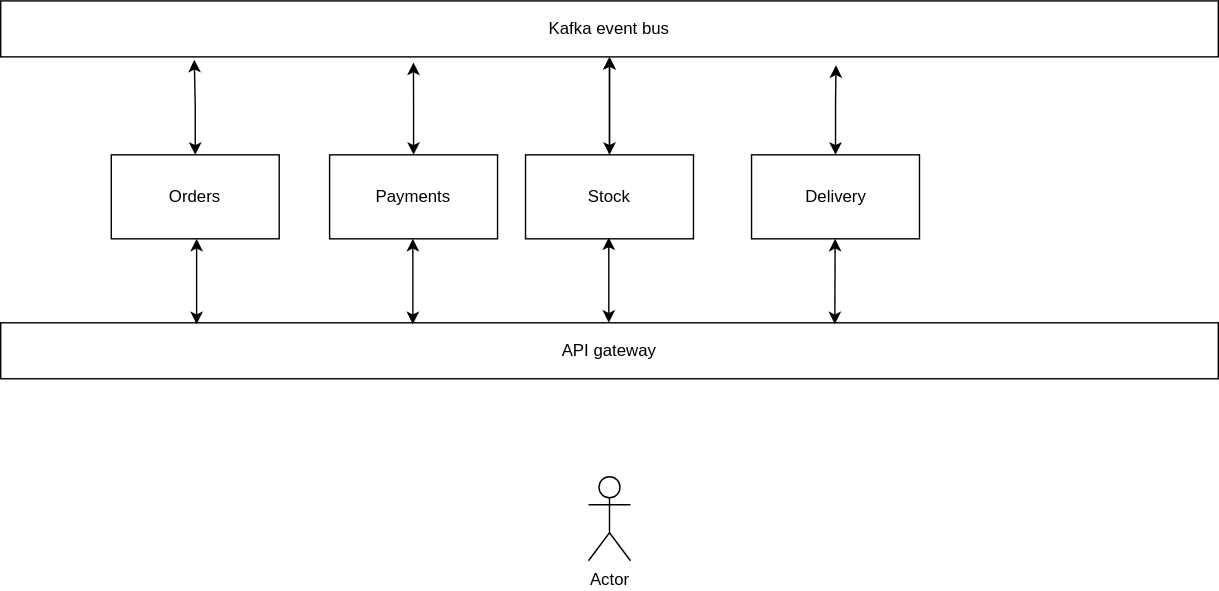
pbakota/mt-microservice-kafka keeps this draw.io diagram as figures/figure-1.svg. Above is the earlier version. Source tidied: cells renumbered, new cells last; positions are measured from the earlier drawing's top-left corner, leaving out a move shared by most shapes. Its diagram source:
```xml
<mxGraphModel>
  <root>
    <mxCell id="0" />
    <mxCell id="1" parent="0" />
    <mxCell id="2" style="edgeStyle=orthogonalEdgeStyle;rounded=0;jettySize=auto;html=1;entryX=0.159;entryY=1.05;entryDx=0;entryDy=0;entryPerimeter=0;startArrow=classic;startFill=1;" parent="1" edge="1" source="3" target="11">
      <mxGeometry relative="1" as="geometry" />
    </mxCell>
    <mxCell id="3" value="Orders" style="rounded=0;whiteSpace=wrap;html=1;" parent="1" vertex="1">
      <mxGeometry x="79" y="110" width="120" height="60" as="geometry" />
    </mxCell>
    <mxCell id="4" style="edgeStyle=orthogonalEdgeStyle;rounded=0;jettySize=auto;html=1;entryX=0.339;entryY=1.1;entryDx=0;entryDy=0;entryPerimeter=0;startArrow=classic;startFill=1;" parent="1" edge="1" source="5" target="11">
      <mxGeometry relative="1" as="geometry" />
    </mxCell>
    <mxCell id="5" value="Payments" style="rounded=0;whiteSpace=wrap;html=1;" parent="1" vertex="1">
      <mxGeometry x="235" y="110" width="120" height="60" as="geometry" />
    </mxCell>
    <mxCell id="6" style="edgeStyle=orthogonalEdgeStyle;rounded=0;jettySize=auto;html=1;entryX=0.5;entryY=1;entryDx=0;entryDy=0;" parent="1" edge="1" source="8" target="11">
      <mxGeometry relative="1" as="geometry" />
    </mxCell>
    <mxCell id="7" style="edgeStyle=orthogonalEdgeStyle;rounded=0;jettySize=auto;html=1;startArrow=classic;startFill=1;" parent="1" edge="1" source="8" target="11">
      <mxGeometry relative="1" as="geometry" />
    </mxCell>
    <mxCell id="8" value="Stock" style="rounded=0;whiteSpace=wrap;html=1;" parent="1" vertex="1">
      <mxGeometry x="375" y="110" width="120" height="60" as="geometry" />
    </mxCell>
    <mxCell id="9" style="edgeStyle=orthogonalEdgeStyle;rounded=0;jettySize=auto;html=1;entryX=0.686;entryY=1.15;entryDx=0;entryDy=0;entryPerimeter=0;startArrow=classic;startFill=1;" parent="1" edge="1" source="10" target="11">
      <mxGeometry relative="1" as="geometry" />
    </mxCell>
    <mxCell id="10" value="Delivery" style="rounded=0;whiteSpace=wrap;html=1;" parent="1" vertex="1">
      <mxGeometry x="536.5" y="110" width="120" height="60" as="geometry" />
    </mxCell>
    <mxCell id="11" value="Kafka event bus" style="rounded=0;whiteSpace=wrap;html=1;" parent="1" vertex="1">
      <mxGeometry width="870" height="40" as="geometry" />
    </mxCell>
    <mxCell id="12" value="API gateway" style="rounded=0;whiteSpace=wrap;html=1;" parent="1" vertex="1">
      <mxGeometry y="230" width="870" height="40" as="geometry" />
    </mxCell>
    <mxCell id="13" value="Actor" style="shape=umlActor;verticalLabelPosition=bottom;verticalAlign=top;html=1;" parent="1" vertex="1">
      <mxGeometry x="420" y="340" width="30" height="60" as="geometry" />
    </mxCell>
    <mxCell id="14" style="endArrow=classic;startArrow=classic;html=1;rounded=0;exitX=0.694;exitY=0.025;exitDx=0;exitDy=0;exitPerimeter=0;" parent="1" edge="1">
      <mxGeometry relative="1" as="geometry">
        <mxPoint x="596" y="231" as="sourcePoint" />
        <mxPoint x="596.2" y="170" as="targetPoint" />
      </mxGeometry>
    </mxCell>
    <mxCell id="15" style="endArrow=classic;startArrow=classic;html=1;rounded=0;exitX=0.694;exitY=0.025;exitDx=0;exitDy=0;exitPerimeter=0;" parent="1" edge="1">
      <mxGeometry relative="1" as="geometry">
        <mxPoint x="434.5" y="230" as="sourcePoint" />
        <mxPoint x="434.5" y="169" as="targetPoint" />
      </mxGeometry>
    </mxCell>
    <mxCell id="16" style="endArrow=classic;startArrow=classic;html=1;rounded=0;exitX=0.694;exitY=0.025;exitDx=0;exitDy=0;exitPerimeter=0;" parent="1" edge="1">
      <mxGeometry relative="1" as="geometry">
        <mxPoint x="294.5" y="231" as="sourcePoint" />
        <mxPoint x="294.5" y="170" as="targetPoint" />
      </mxGeometry>
    </mxCell>
    <mxCell id="17" style="endArrow=classic;startArrow=classic;html=1;rounded=0;exitX=0.694;exitY=0.025;exitDx=0;exitDy=0;exitPerimeter=0;" parent="1" edge="1">
      <mxGeometry relative="1" as="geometry">
        <mxPoint x="140" y="231" as="sourcePoint" />
        <mxPoint x="140" y="170" as="targetPoint" />
      </mxGeometry>
    </mxCell>
  </root>
</mxGraphModel>
```
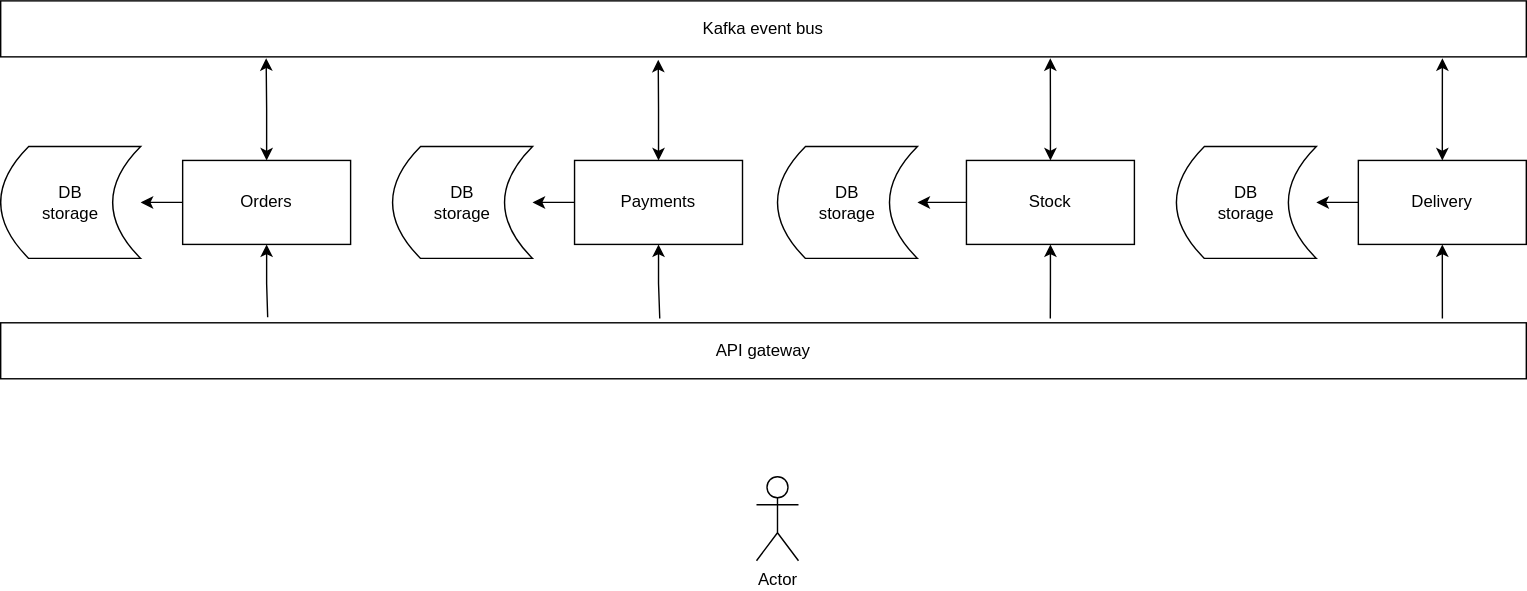
After the commit.

Diff of the diagram source:
```diff
@@ -2,65 +2,74 @@
   <root>
     <mxCell id="0" />
     <mxCell id="1" parent="0" />
-    <mxCell id="2" style="edgeStyle=orthogonalEdgeStyle;rounded=0;jettySize=auto;html=1;entryX=0.159;entryY=1.05;entryDx=0;entryDy=0;entryPerimeter=0;startArrow=classic;startFill=1;" parent="1" edge="1" source="3" target="11">
-      <mxGeometry relative="1" as="geometry" />
-    </mxCell>
+    <mxCell id="18" style="edgeStyle=orthogonalEdgeStyle;rounded=0;jettySize=auto;html=1;" parent="1" edge="1" source="3" target="22">
+      <mxGeometry relative="1" as="geometry" />
+    </mxCell>
     <mxCell id="3" value="Orders" style="rounded=0;whiteSpace=wrap;html=1;" parent="1" vertex="1">
-      <mxGeometry x="79" y="110" width="120" height="60" as="geometry" />
+      <mxGeometry x="70" y="114" width="120" height="60" as="geometry" />
     </mxCell>
-    <mxCell id="4" style="edgeStyle=orthogonalEdgeStyle;rounded=0;jettySize=auto;html=1;entryX=0.339;entryY=1.1;entryDx=0;entryDy=0;entryPerimeter=0;startArrow=classic;startFill=1;" parent="1" edge="1" source="5" target="11">
-      <mxGeometry relative="1" as="geometry" />
-    </mxCell>
+    <mxCell id="19" style="edgeStyle=orthogonalEdgeStyle;rounded=0;jettySize=auto;html=1;entryX=1;entryY=0.5;entryDx=0;entryDy=0;" parent="1" edge="1" source="5" target="23">
+      <mxGeometry relative="1" as="geometry" />
+    </mxCell>
     <mxCell id="5" value="Payments" style="rounded=0;whiteSpace=wrap;html=1;" parent="1" vertex="1">
-      <mxGeometry x="235" y="110" width="120" height="60" as="geometry" />
+      <mxGeometry x="350" y="114" width="120" height="60" as="geometry" />
     </mxCell>
-    <mxCell id="6" style="edgeStyle=orthogonalEdgeStyle;rounded=0;jettySize=auto;html=1;entryX=0.5;entryY=1;entryDx=0;entryDy=0;" parent="1" edge="1" source="8" target="11">
-      <mxGeometry relative="1" as="geometry" />
-    </mxCell>
-    <mxCell id="7" style="edgeStyle=orthogonalEdgeStyle;rounded=0;jettySize=auto;html=1;startArrow=classic;startFill=1;" parent="1" edge="1" source="8" target="11">
-      <mxGeometry relative="1" as="geometry" />
-    </mxCell>
+    <mxCell id="20" style="edgeStyle=orthogonalEdgeStyle;rounded=0;jettySize=auto;html=1;entryX=1;entryY=0.5;entryDx=0;entryDy=0;" parent="1" edge="1" source="8" target="24">
+      <mxGeometry relative="1" as="geometry" />
+    </mxCell>
     <mxCell id="8" value="Stock" style="rounded=0;whiteSpace=wrap;html=1;" parent="1" vertex="1">
-      <mxGeometry x="375" y="110" width="120" height="60" as="geometry" />
+      <mxGeometry x="630" y="114" width="120" height="60" as="geometry" />
     </mxCell>
-    <mxCell id="9" style="edgeStyle=orthogonalEdgeStyle;rounded=0;jettySize=auto;html=1;entryX=0.686;entryY=1.15;entryDx=0;entryDy=0;entryPerimeter=0;startArrow=classic;startFill=1;" parent="1" edge="1" source="10" target="11">
-      <mxGeometry relative="1" as="geometry" />
-    </mxCell>
+    <mxCell id="21" style="edgeStyle=orthogonalEdgeStyle;rounded=0;jettySize=auto;html=1;" parent="1" edge="1" source="10" target="25">
+      <mxGeometry relative="1" as="geometry" />
+    </mxCell>
     <mxCell id="10" value="Delivery" style="rounded=0;whiteSpace=wrap;html=1;" parent="1" vertex="1">
-      <mxGeometry x="536.5" y="110" width="120" height="60" as="geometry" />
+      <mxGeometry x="910" y="114" width="120" height="60" as="geometry" />
     </mxCell>
     <mxCell id="11" value="Kafka event bus" style="rounded=0;whiteSpace=wrap;html=1;" parent="1" vertex="1">
-      <mxGeometry width="870" height="40" as="geometry" />
+      <mxGeometry x="-60" width="1090" height="40" as="geometry" />
     </mxCell>
     <mxCell id="12" value="API gateway" style="rounded=0;whiteSpace=wrap;html=1;" parent="1" vertex="1">
-      <mxGeometry y="230" width="870" height="40" as="geometry" />
+      <mxGeometry x="-60" y="230" width="1090" height="40" as="geometry" />
     </mxCell>
     <mxCell id="13" value="Actor" style="shape=umlActor;verticalLabelPosition=bottom;verticalAlign=top;html=1;" parent="1" vertex="1">
-      <mxGeometry x="420" y="340" width="30" height="60" as="geometry" />
+      <mxGeometry x="480" y="340" width="30" height="60" as="geometry" />
     </mxCell>
-    <mxCell id="14" style="endArrow=classic;startArrow=classic;html=1;rounded=0;exitX=0.694;exitY=0.025;exitDx=0;exitDy=0;exitPerimeter=0;" parent="1" edge="1">
-      <mxGeometry relative="1" as="geometry">
-        <mxPoint x="596" y="231" as="sourcePoint" />
-        <mxPoint x="596.2" y="170" as="targetPoint" />
-      </mxGeometry>
-    </mxCell>
-    <mxCell id="15" style="endArrow=classic;startArrow=classic;html=1;rounded=0;exitX=0.694;exitY=0.025;exitDx=0;exitDy=0;exitPerimeter=0;" parent="1" edge="1">
-      <mxGeometry relative="1" as="geometry">
-        <mxPoint x="434.5" y="230" as="sourcePoint" />
-        <mxPoint x="434.5" y="169" as="targetPoint" />
-      </mxGeometry>
-    </mxCell>
-    <mxCell id="16" style="endArrow=classic;startArrow=classic;html=1;rounded=0;exitX=0.694;exitY=0.025;exitDx=0;exitDy=0;exitPerimeter=0;" parent="1" edge="1">
-      <mxGeometry relative="1" as="geometry">
-        <mxPoint x="294.5" y="231" as="sourcePoint" />
-        <mxPoint x="294.5" y="170" as="targetPoint" />
-      </mxGeometry>
-    </mxCell>
-    <mxCell id="17" style="endArrow=classic;startArrow=classic;html=1;rounded=0;exitX=0.694;exitY=0.025;exitDx=0;exitDy=0;exitPerimeter=0;" parent="1" edge="1">
-      <mxGeometry relative="1" as="geometry">
-        <mxPoint x="140" y="231" as="sourcePoint" />
-        <mxPoint x="140" y="170" as="targetPoint" />
-      </mxGeometry>
-    </mxCell>
+    <mxCell id="22" value="DB&lt;br&gt;storage" style="shape=dataStorage;whiteSpace=wrap;html=1;fixedSize=1;" parent="1" vertex="1">
+      <mxGeometry x="-60" y="104" width="100" height="80" as="geometry" />
+    </mxCell>
+    <mxCell id="23" value="DB&lt;br style=&quot;border-color: var(--border-color);&quot;&gt;storage" style="shape=dataStorage;whiteSpace=wrap;html=1;fixedSize=1;" parent="1" vertex="1">
+      <mxGeometry x="220" y="104" width="100" height="80" as="geometry" />
+    </mxCell>
+    <mxCell id="24" value="DB&lt;br style=&quot;border-color: var(--border-color);&quot;&gt;storage" style="shape=dataStorage;whiteSpace=wrap;html=1;fixedSize=1;" parent="1" vertex="1">
+      <mxGeometry x="495" y="104" width="100" height="80" as="geometry" />
+    </mxCell>
+    <mxCell id="25" value="DB&lt;br style=&quot;border-color: var(--border-color);&quot;&gt;storage" style="shape=dataStorage;whiteSpace=wrap;html=1;fixedSize=1;" parent="1" vertex="1">
+      <mxGeometry x="780" y="104" width="100" height="80" as="geometry" />
+    </mxCell>
+    <mxCell id="2" style="edgeStyle=orthogonalEdgeStyle;rounded=0;jettySize=auto;html=1;entryX=0.174;entryY=1.025;entryDx=0;entryDy=0;entryPerimeter=0;startArrow=classic;startFill=1;" parent="1" edge="1" source="3" target="11">
+      <mxGeometry relative="1" as="geometry" />
+    </mxCell>
+    <mxCell id="4" style="edgeStyle=orthogonalEdgeStyle;rounded=0;jettySize=auto;html=1;entryX=0.431;entryY=1.05;entryDx=0;entryDy=0;entryPerimeter=0;startArrow=classic;startFill=1;" parent="1" edge="1" source="5" target="11">
+      <mxGeometry relative="1" as="geometry" />
+    </mxCell>
+    <mxCell id="26" style="edgeStyle=orthogonalEdgeStyle;rounded=0;jettySize=auto;html=1;entryX=0.688;entryY=1.025;entryDx=0;entryDy=0;entryPerimeter=0;startArrow=classic;startFill=1;" parent="1" edge="1" source="8" target="11">
+      <mxGeometry relative="1" as="geometry" />
+    </mxCell>
+    <mxCell id="9" style="edgeStyle=orthogonalEdgeStyle;rounded=0;jettySize=auto;html=1;entryX=0.945;entryY=1.025;entryDx=0;entryDy=0;entryPerimeter=0;startArrow=classic;startFill=1;" parent="1" edge="1" source="10" target="11">
+      <mxGeometry relative="1" as="geometry" />
+    </mxCell>
+    <mxCell id="27" style="edgeStyle=orthogonalEdgeStyle;rounded=0;jettySize=auto;html=1;entryX=0.175;entryY=-0.1;entryDx=0;entryDy=0;entryPerimeter=0;startArrow=classic;startFill=1;endArrow=none;endFill=0;" parent="1" edge="1" source="3" target="12">
+      <mxGeometry relative="1" as="geometry" />
+    </mxCell>
+    <mxCell id="28" style="edgeStyle=orthogonalEdgeStyle;rounded=0;jettySize=auto;html=1;entryX=0.432;entryY=-0.075;entryDx=0;entryDy=0;entryPerimeter=0;startArrow=classic;startFill=1;endArrow=none;endFill=0;" parent="1" edge="1" source="5" target="12">
+      <mxGeometry relative="1" as="geometry" />
+    </mxCell>
+    <mxCell id="29" style="edgeStyle=orthogonalEdgeStyle;rounded=0;jettySize=auto;html=1;entryX=0.688;entryY=-0.075;entryDx=0;entryDy=0;entryPerimeter=0;startArrow=classic;startFill=1;endArrow=none;endFill=0;" parent="1" edge="1" source="8" target="12">
+      <mxGeometry relative="1" as="geometry" />
+    </mxCell>
+    <mxCell id="30" style="edgeStyle=orthogonalEdgeStyle;rounded=0;jettySize=auto;html=1;entryX=0.945;entryY=-0.075;entryDx=0;entryDy=0;entryPerimeter=0;startArrow=classic;startFill=1;endArrow=none;endFill=0;" parent="1" edge="1" source="10" target="12">
+      <mxGeometry relative="1" as="geometry" />
+    </mxCell>
   </root>
 </mxGraphModel>
```
